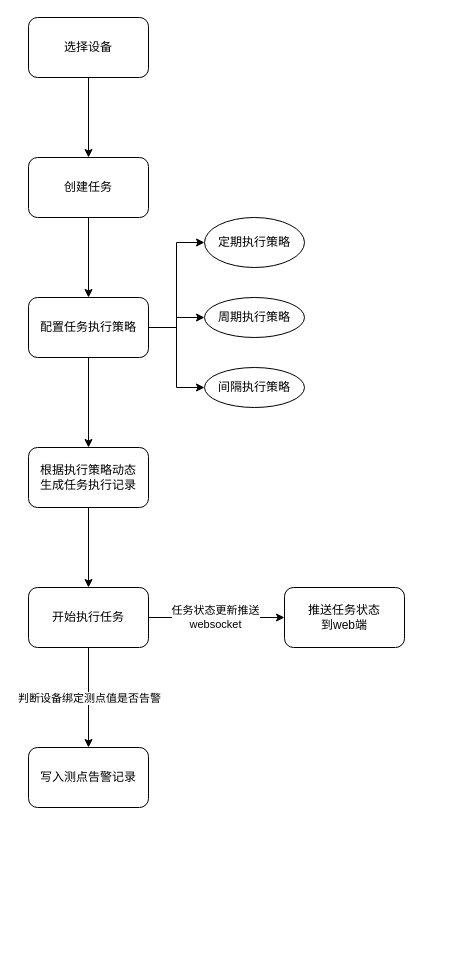
Earlier version of the draw.io diagram 宜宾任务流程.drawio (wangyufei0807/draw). Source tidied: cells renumbered, new cells numbered last; positions are measured from the earlier drawing's top-left corner, leaving out a move shared by most shapes. Both pictures are drawn from the tidied source at 100%, with x=0, y=0 at pixel (28, 17).
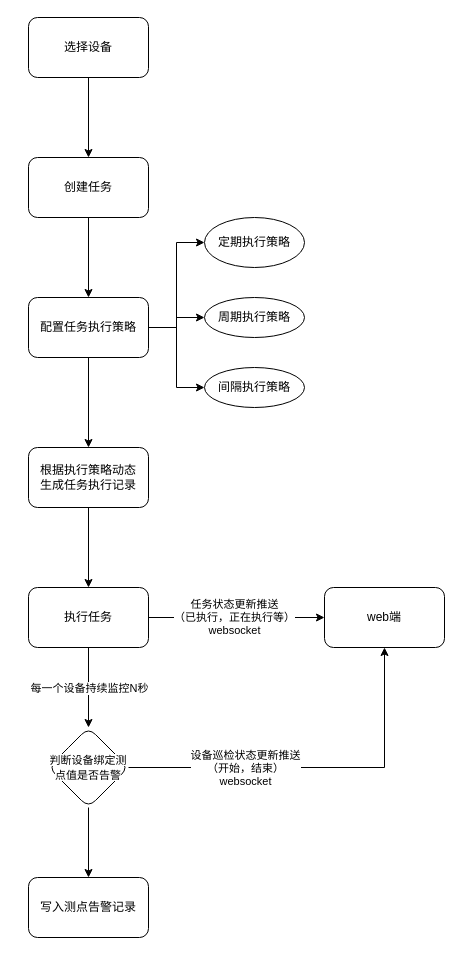
Above is the later version.

Commit message:
更新宜宾任务流程.drawio

The change refers to these unchanged cells:
```xml
<mxCell id="11" style="edgeStyle=orthogonalEdgeStyle;rounded=0;jettySize=auto;html=1;exitX=1;exitY=0.5;exitDx=0;exitDy=0;" parent="1" edge="1" source="18" target="15">
  <mxGeometry relative="1" as="geometry" />
</mxCell>
```

The edit, as a diff of the source:
```diff
@@
-    <mxCell id="12" value="任务状态更新推送&lt;br&gt;websocket" style="edgeLabel;html=1;align=center;verticalAlign=middle;" parent="11" vertex="1">
+    <mxCell id="12" value="任务状态更新推送&lt;br&gt;（已执行，正在执行等）&lt;br&gt;websocket" style="edgeLabel;html=1;align=center;verticalAlign=middle;" parent="11" vertex="1">
       <mxGeometry x="-0.03" y="1" relative="1" as="geometry" />
     </mxCell>
@@
-    <mxCell id="15" value="推送任务状态&lt;br&gt;到web端" style="whiteSpace=wrap;html=1;rounded=1;" parent="1" vertex="1">
-      <mxGeometry x="256" y="570" width="120" height="60" as="geometry" />
+    <mxCell id="15" value="web端" style="whiteSpace=wrap;html=1;rounded=1;" parent="1" vertex="1">
+      <mxGeometry x="296" y="570" width="120" height="60" as="geometry" />
     </mxCell>
-    <mxCell id="16" style="edgeStyle=orthogonalEdgeStyle;rounded=0;jettySize=auto;html=1;" parent="1" edge="1" source="18" target="22">
-      <mxGeometry relative="1" as="geometry" />
-    </mxCell>
-    <mxCell id="17" value="判断设备绑定测点值是否告警" style="edgeLabel;html=1;align=center;verticalAlign=middle;points=[];" parent="16" vertex="1">
-      <mxGeometry relative="1" as="geometry" />
-    </mxCell>
+    <mxCell id="23" style="edgeStyle=orthogonalEdgeStyle;rounded=0;jettySize=auto;html=1;" parent="1" edge="1" source="18" target="17">
+      <mxGeometry relative="1" as="geometry" />
+    </mxCell>
+    <mxCell id="24" value="每一个设备持续监控N秒" style="edgeLabel;html=1;align=center;verticalAlign=middle;" parent="23" vertex="1">
+      <mxGeometry relative="1" as="geometry" />
+    </mxCell>
-    <mxCell id="18" value="开始执行任务" style="whiteSpace=wrap;html=1;rounded=1;" parent="1" vertex="1">
+    <mxCell id="18" value="执行任务" style="whiteSpace=wrap;html=1;rounded=1;" parent="1" vertex="1">
       <mxGeometry y="570" width="120" height="60" as="geometry" />
     </mxCell>
@@
     <mxCell id="22" value="写入测点告警记录" style="whiteSpace=wrap;html=1;rounded=1;" parent="1" vertex="1">
-      <mxGeometry y="730" width="120" height="60" as="geometry" />
+      <mxGeometry y="860" width="120" height="60" as="geometry" />
     </mxCell>
+    <mxCell id="25" style="edgeStyle=orthogonalEdgeStyle;rounded=0;jettySize=auto;html=1;exitX=0.5;exitY=1;exitDx=0;exitDy=0;entryX=0.5;entryY=0;entryDx=0;entryDy=0;" parent="1" edge="1" source="17" target="22">
+      <mxGeometry relative="1" as="geometry" />
+    </mxCell>
+    <mxCell id="26" style="edgeStyle=orthogonalEdgeStyle;rounded=0;jettySize=auto;html=1;exitX=1;exitY=0.5;exitDx=0;exitDy=0;entryX=0.5;entryY=1;entryDx=0;entryDy=0;" parent="1" edge="1" source="17" target="15">
+      <mxGeometry relative="1" as="geometry" />
+    </mxCell>
+    <mxCell id="27" value="设备巡检状态更新推送&lt;br&gt;（开始，结束）&lt;br&gt;websocket" style="edgeLabel;html=1;align=center;verticalAlign=middle;" parent="26" vertex="1">
+      <mxGeometry x="-0.25" y="1" relative="1" as="geometry">
+        <mxPoint x="-25" y="1" as="offset" />
+      </mxGeometry>
+    </mxCell>
+    <mxCell id="17" value="&lt;span style=&quot;font-size: 11px; background-color: rgb(255, 255, 255);&quot;&gt;判断设备绑定测点值是否告警&lt;/span&gt;" style="rhombus;whiteSpace=wrap;html=1;rounded=1;" parent="1" vertex="1">
+      <mxGeometry x="20" y="710" width="80" height="80" as="geometry" />
+    </mxCell>
```
